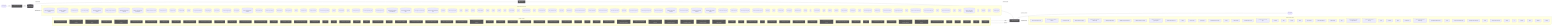
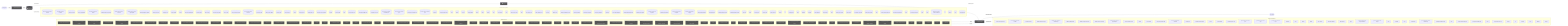
flowchart LR
  UserQ(["👤 User Query"])
  Embed["📐 Embedding Model"]
  VecDB[("📚 Vector Store")]
  Retriever["🔍 Retriever"]
  LLMNode["🧠 LLM / Generator"]
  Output(["✅ Response"])
  UserQ -->|query| Embed
  Embed -->|vector| VecDB
  VecDB -->|top-k chunks| Retriever
  Retriever -->|context + query| LLMNode
  LLMNode -->|generated answer| Output
  subgraph DetectedMemory["Detected memory stores"]
    det_detectedmemory_check_steering_feedback_contract_80134459[("check-steering-feedback-contract")]
    det_detectedmemory_normalize_workflow_contracts_8701f1c8[("normalize-workflow-contracts")]
    det_detectedmemory_run_harness_evals_77704768[("run-harness-evals")]
    det_detectedmemory_sync_codex_preflight_7e7a8dc2[("sync-codex-preflight")]
    det_detectedmemory_test_harness_upgrade_matrix_84113c4e[("test-harness-upgrade-matrix")]
    det_detectedmemory_validate_prompt_context_drift_8c949ef6[("validate-prompt-context-drift")]
    det_detectedmemory_validate_runtime_packet_schemas_bc3ba8ec[("validate-runtime-packet-schemas")]
    det_detectedmemory_validate_system_prompt_gap_adoption_62d8c955[("validate-system-prompt-gap-adoption")]
    det_detectedmemory_validate_workflow_contracts_33dc063c[("validate-workflow-contracts")]
    det_detectedmemory_branch_protect_core_a8feb0fd[("branch-protect-core")]
    det_detectedmemory_ci_migrate_core_7005b5af[("ci-migrate-core")]
    det_detectedmemory_context_health_80bb7da9[("context-health")]
    det_detectedmemory_context_ea7792a2[("context")]
    det_detectedmemory_docs_gate_classification_2f51c90b[("docs-gate-classification")]
    det_detectedmemory_docs_gate_types_d285abb6[("docs-gate-types")]
    det_detectedmemory_index_context_de3ed39d[("index-context")]
    det_detectedmemory_local_memory_preflight_dcc36c42[("local-memory-preflight")]
    det_detectedmemory_memory_gate_a577a506[("memory-gate")]
+     det_detectedmemory_next_prompt_context_drift_3c5a93d5[("next-prompt-context-drift")]
    det_detectedmemory_next_recommendation_decisions_03315dd4[("next-recommendation-decisions")]
    det_detectedmemory_next_runner_state_be6fe997[("next-runner-state")]
    det_detectedmemory_pattern_scope_siblings_43abe000[("pattern-scope-siblings")]
    det_detectedmemory_review_context_ca6cf81d[("review-context")]
    det_detectedmemory_review_gate_core_4c8001f9[("review-gate-core")]
    det_detectedmemory_search_24193290[("search")]
    det_detectedmemory_session_context_e5ec72c0[("session-context")]
    det_detectedmemory_tooling_audit_core_328d6a41[("tooling-audit-core")]
    det_detectedmemory_run_local_memory_preflight_36e92808[("run-local-memory-preflight")]
    det_detectedmemory_checker_d2d2328e[("checker")]
    det_detectedmemory_context_health_1_ceb11829[("context-health")]
    det_detectedmemory_types_2_d9bc6e7a[("types")]
    det_detectedmemory_branch_protect_sync_570adb18[("branch-protect-sync")]
    det_detectedmemory_command_capability_rules_ca3f496a[("command-capability-rules")]
    det_detectedmemory_command_specs_core_1c0ffc99[("command-specs-core")]
    det_detectedmemory_local_memory_preflight_command_spec_9e23f3ce[("local-memory-preflight-command-spec")]
    det_detectedmemory_memory_gate_command_spec_dc9001a9[("memory-gate-command-spec")]
    det_detectedmemory_review_gate_command_spec_3187376a[("review-gate-command-spec")]
    det_detectedmemory_session_context_command_spec_973afbb1[("session-context-command-spec")]
    det_detectedmemory_constants_7517017f[("constants")]
    det_detectedmemory_context_compact_policy_3dcaf95d[("context-compact-policy")]
    det_detectedmemory_index_3_7e40d474[("index")]
    det_detectedmemory_indexer_70fa78e5[("indexer")]
    det_detectedmemory_init_error_5c7dd49f[("init-error")]
    det_detectedmemory_lexical_fallback_723e2b3e[("lexical-fallback")]
    det_detectedmemory_ollama_76e3c7bf[("ollama")]
    det_detectedmemory_rollout_a4fa034c[("rollout")]
    det_detectedmemory_sources_878a52fc[("sources")]
    det_detectedmemory_store_824d80d7[("store")]
    det_detectedmemory_sync_contract_c79fa191[("sync-contract")]
    det_detectedmemory_types_8_f6283648[("types")]
    det_detectedmemory_harness_run_context_ac7c77a9[("harness-run-context")]
    det_detectedmemory_index_4_013aa0e3[("index")]
    det_detectedmemory_json_schema_core_96d7e328[("json-schema-core")]
    det_detectedmemory_policy_validators_core_714a3fe7[("policy-validators-core")]
    det_detectedmemory_types_core_e405ddca[("types-core")]
    det_detectedmemory_validator_core_4358f8ba[("validator-core")]
    det_detectedmemory_archive_candidates_scanner_d0931789[("archive-candidates-scanner")]
    det_detectedmemory_archive_candidates_dc0e40e1[("archive-candidates")]
    det_detectedmemory_docs_task_eval_contract_79347457[("docs-task-eval-contract")]
    det_detectedmemory_docs_task_eval_fixtures_44902755[("docs-task-eval-fixtures")]
    det_detectedmemory_init_modes_c05ceb07[("init-modes")]
    det_detectedmemory_project_brain_templates_7ef51530[("project-brain-templates")]
    det_detectedmemory_scaffold_diagram_templates_dd88e83c[("scaffold-diagram-templates")]
    det_detectedmemory_scaffold_doc_templates_f6152330[("scaffold-doc-templates")]
    det_detectedmemory_scaffold_environment_templates_c1ceba6a[("scaffold-environment-templates")]
    det_detectedmemory_scaffold_hook_templates_8c74ab50[("scaffold-hook-templates")]
    det_detectedmemory_scaffold_root_command_templates_404fed7f[("scaffold-root-command-templates")]
    det_detectedmemory_scaffold_script_template_registry_69312d4e[("scaffold-script-template-registry")]
    det_detectedmemory_scaffold_shell_templates_0ad0f915[("scaffold-shell-templates")]
    det_detectedmemory_scaffold_surfaces_12d6494e[("scaffold-surfaces")]
    det_detectedmemory_scaffold_template_registry_b1cce2aa[("scaffold-template-registry")]
    det_detectedmemory_scaffold_workflow_template_92310587[("scaffold-workflow-template")]
    det_detectedmemory_eval_seed_5699fd3e[("eval-seed")]
    det_detectedmemory_index_10_f6785a46[("index")]
    det_detectedmemory_review_context_1_e3afed15[("review-context")]
    det_detectedmemory_memory_gate_1_265164ac[("memory-gate")]
    det_detectedmemory_branch_enforcer_acb749cd[("branch-enforcer")]
    det_detectedmemory_cli_args_5_09ea29f0[("cli-args")]
    det_detectedmemory_cli_7_dc4a9f7f[("cli")]
    det_detectedmemory_metrics_tracker_98cec29c[("metrics-tracker")]
-     det_detectedmemory_types_19_eb4ad5f0[("types")]
+     det_detectedmemory_types_20_071a0112[("types")]
    det_detectedmemory_validator_5_b19ac2be[("validator")]
    det_detectedmemory_classifier_fe1991a9[("classifier")]
    det_detectedmemory_tooling_baseline_50ab2eeb[("tooling-baseline")]
    det_detectedmemory_claim_helpers_20dc8387[("claim-helpers")]
-     det_detectedmemory_types_24_c63dc1a7[("types")]
+     det_detectedmemory_types_25_89d086aa[("types")]
    det_detectedmemory_local_memory_smoke_1175abfc[("local-memory-smoke")]
    det_detectedmemory_local_memory_0db17ecc[("local-memory")]
    det_detectedmemory_performance_overload_c685bfcf[("performance-overload")]
    det_detectedmemory_suggestion_generator_0956f794[("suggestion-generator")]
    det_detectedmemory_index_12_762ec91b[("index")]
    det_detectedmemory_prompt_context_drift_report_3257a95c[("prompt-context-drift-report")]
    det_detectedmemory_prompt_context_drift_types_ba6863d4[("prompt-context-drift-types")]
    det_detectedmemory_index_13_97df39c8[("index")]
    det_detectedmemory_prompt_context_receipt_17b862b2[("prompt-context-receipt")]
-     det_detectedmemory_types_31_eb363e20[("types")]
+     det_detectedmemory_types_32_bfe791ff[("types")]
    det_detectedmemory_policy_1_fc4198db[("policy")]
    det_detectedmemory_runtime_card_codex_runtime_validation_d8ce9934[("runtime-card-codex-runtime-validation")]
    det_detectedmemory_cli_12_01c06c37[("cli")]
    det_detectedmemory_collector_0736fd5b[("collector")]
-     det_detectedmemory_types_34_85e6a0bb[("types")]
+     det_detectedmemory_types_35_93e66c64[("types")]
    det_detectedmemory_overload_guard_2748c559[("overload-guard")]
  end
  VecDB -. "implemented by" .-> DetectedMemory
  subgraph DetectedLLM["Detected LLM clients"]
    det_detectedllm_check_codex_agent_roles_5bb2e89b["check-codex-agent-roles"]
    det_detectedllm_check_steering_feedback_contract_80134459["check-steering-feedback-contract"]
    det_detectedllm_run_harness_evals_77704768["run-harness-evals"]
    det_detectedllm_validate_decision_request_2e5c325e["validate-decision-request"]
    det_detectedllm_validate_goal_completion_audit_receipt_100d252c["validate-goal-completion-audit-receipt"]
    det_detectedllm_validate_packaged_skill_5e32c890["validate-packaged-skill"]
    det_detectedllm_validate_prompt_context_drift_8c949ef6["validate-prompt-context-drift"]
    det_detectedllm_validate_reviewer_coverage_251efee3["validate-reviewer-coverage"]
    det_detectedllm_validate_system_prompt_gap_adoption_62d8c955["validate-system-prompt-gap-adoption"]
    det_detectedllm_check_environment_core_2c16213f["check-environment-core"]
    det_detectedllm_context_ea7792a2["context"]
    det_detectedllm_index_context_de3ed39d["index-context"]
+     det_detectedllm_next_prompt_context_drift_3c5a93d5["next-prompt-context-drift"]
+     det_detectedllm_next_recommendation_decisions_03315dd4["next-recommendation-decisions"]
    det_detectedllm_prompt_gate_c5e9d207["prompt-gate"]
    det_detectedllm_remediate_runner_helpers_929fedcc["remediate-runner-helpers"]
    det_detectedllm_search_24193290["search"]
    det_detectedllm_context_health_1_ceb11829["context-health"]
    det_detectedllm_command_specs_core_1c0ffc99["command-specs-core"]
+     det_detectedllm_pilot_evaluate_command_spec_1084ea72["pilot-evaluate-command-spec"]
+     det_detectedllm_pilot_rollback_command_spec_4fe69f7d["pilot-rollback-command-spec"]
    det_detectedllm_prompt_gate_command_spec_9a941482["prompt-gate-command-spec"]
    det_detectedllm_constants_7517017f["constants"]
    det_detectedllm_index_3_7e40d474["index"]
    det_detectedllm_indexer_70fa78e5["indexer"]
    det_detectedllm_ollama_76e3c7bf["ollama"]
    det_detectedllm_sync_contract_c79fa191["sync-contract"]
    det_detectedllm_north_star_validators_cfc926ce["north-star-validators"]
    det_detectedllm_hilt_boundary_9b36fb15["hilt-boundary"]
    det_detectedllm_types_10_75e5a4a0["types"]
    det_detectedllm_goal_completion_audit_receipt_validation_9d0f4891["goal-completion-audit-receipt-validation"]
    det_detectedllm_goal_completion_audit_receipt_5e4939c3["goal-completion-audit-receipt"]
    det_detectedllm_index_5_522f772a["index"]
    det_detectedllm_constants_1_a84e15f0["constants"]
-     det_detectedllm_types_17_ed30531c["types"]
+     det_detectedllm_types_18_37582e2a["types"]
    det_detectedllm_sensitive_text_7c11f760["sensitive-text"]
    det_detectedllm_pr_template_linked_issue_relationship_a7b61f2c["pr-template-linked-issue-relationship"]
    det_detectedllm_pr_template_validator_rules_20a32d6b["pr-template-validator-rules"]
    det_detectedllm_index_12_762ec91b["index"]
    det_detectedllm_prompt_context_drift_report_3257a95c["prompt-context-drift-report"]
    det_detectedllm_prompt_context_drift_types_ba6863d4["prompt-context-drift-types"]
    det_detectedllm_index_13_97df39c8["index"]
    det_detectedllm_prompt_context_receipt_17b862b2["prompt-context-receipt"]
    det_detectedllm_cli_args_9_9c136878["cli-args"]
    det_detectedllm_cli_11_338a8415["cli"]
    det_detectedllm_sections_4697ef32["sections"]
-     det_detectedllm_types_27_4d134744["types"]
+     det_detectedllm_types_28_4476fcc6["types"]
    det_detectedllm_validator_7_f836eb0e["validator"]
    det_detectedllm_cli_args_10_861cdd3f["cli-args"]
  end
  LLMNode -. "implemented by" .-> DetectedLLM
  subgraph DetectedTools["Agentic tool calls"]
    det_detectedtools_check_codex_agent_roles_5bb2e89b["🔧 check-codex-agent-roles"]
    det_detectedtools_check_steering_feedback_contract_80134459["🔧 check-steering-feedback-contract"]
    det_detectedtools_check_tooling_baseline_parity_3124b30a["🔧 check-tooling-baseline-parity"]
    det_detectedtools_run_harness_evals_77704768["🔧 run-harness-evals"]
    det_detectedtools_validate_action_review_receipt_fa2f06c3["🔧 validate-action-review-receipt"]
    det_detectedtools_validate_packaged_skill_5e32c890["🔧 validate-packaged-skill"]
    det_detectedtools_validate_replay_packet_f309747e["🔧 validate-replay-packet"]
    det_detectedtools_ci_migrate_core_7005b5af["🔧 ci-migrate-core"]
    det_detectedtools_doctor_checks_5a2eb2b9["🔧 doctor-checks"]
    det_detectedtools_doctor_github_tool_check_e0a938df["🔧 doctor-github-tool-check"]
    det_detectedtools_doctor_github_tool_checks_a53b0382["🔧 doctor-github-tool-checks"]
    det_detectedtools_doctor_tool_checks_4acac51a["🔧 doctor-tool-checks"]
    det_detectedtools_fleet_plan_repo_ecdc6499["🔧 fleet-plan-repo"]
    det_detectedtools_next_blocked_decisions_4140ad2b["🔧 next-blocked-decisions"]
    det_detectedtools_next_pr_closeout_contract_af31d30a["🔧 next-pr-closeout-contract"]
    det_detectedtools_policy_gate_213f7313["🔧 policy-gate"]
    det_detectedtools_remediate_cli_output_cc165396["🔧 remediate-cli-output"]
    det_detectedtools_remediate_runner_helpers_929fedcc["🔧 remediate-runner-helpers"]
    det_detectedtools_review_gate_core_4c8001f9["🔧 review-gate-core"]
    det_detectedtools_index_1bc04b52["🔧 index"]
    det_detectedtools_types_1_4ecdf56e["🔧 types"]
    det_detectedtools_validation_constants_e002a0f6["🔧 validation-constants"]
    det_detectedtools_validation_98c41dcd["🔧 validation"]
    det_detectedtools_checker_d2d2328e["🔧 checker"]
    det_detectedtools_shared_state_policy_edc9c4db["🔧 shared-state-policy"]
    det_detectedtools_cli_args_1_6144b055["🔧 cli-args"]
    det_detectedtools_command_capabilities_a4d5c71e["🔧 command-capabilities"]
    det_detectedtools_command_capability_rules_ca3f496a["🔧 command-capability-rules"]
    det_detectedtools_linear_command_actions_e430f4f4["🔧 linear-command-actions"]
    det_detectedtools_linear_command_runner_4a740dfc["🔧 linear-command-runner"]
    det_detectedtools_policy_validators_core_714a3fe7["🔧 policy-validators-core"]
    det_detectedtools_shared_state_action_validator_e7b128cd["🔧 shared-state-action-validator"]
    det_detectedtools_types_core_e405ddca["🔧 types-core"]
    det_detectedtools_validator_core_4358f8ba["🔧 validator-core"]
    det_detectedtools_validator_helpers_7b927667["🔧 validator-helpers"]
    det_detectedtools_he_phase_exit_core_1148895b["🔧 he-phase-exit-core"]
    det_detectedtools_environment_runtime_3206f0a8["🔧 environment-runtime"]
    det_detectedtools_observed_skill_usage_ed7d5930["🔧 observed-skill-usage"]
    det_detectedtools_closure_evidence_aaa31467["🔧 closure-evidence"]
    det_detectedtools_pr_creator_dc6b1ea4["🔧 pr-creator"]
    det_detectedtools_client_948fe603["🔧 client"]
    det_detectedtools_init_output_360dce91["🔧 init-output"]
    det_detectedtools_scaffold_ci_templates_2afd6392["🔧 scaffold-ci-templates"]
    det_detectedtools_scaffold_codex_environment_templates_334fbbed["🔧 scaffold-codex-environment-templates"]
    det_detectedtools_scaffold_config_templates_4b80ce53["🔧 scaffold-config-templates"]
    det_detectedtools_scaffold_environment_templates_c1ceba6a["🔧 scaffold-environment-templates"]
    det_detectedtools_scaffold_github_actions_pr_pipeline_renderer_1ee18de5["🔧 scaffold-github-actions-pr-pipeline-renderer"]
    det_detectedtools_scaffold_github_actions_pr_pipeline_template_e2b85f62["🔧 scaffold-github-actions-pr-pipeline-template"]
    det_detectedtools_scaffold_package_command_template_80e32e83["🔧 scaffold-package-command-template"]
    det_detectedtools_scaffold_release_private_npm_template_075499f8["🔧 scaffold-release-private-npm-template"]
    det_detectedtools_constants_1_a84e15f0["🔧 constants"]
    det_detectedtools_index_9_32dd4d91["🔧 index"]
    det_detectedtools_validation_common_6161e48b["🔧 validation-common"]
    det_detectedtools_cli_7_dc4a9f7f["🔧 cli"]
    det_detectedtools_metrics_tracker_98cec29c["🔧 metrics-tracker"]
    det_detectedtools_normalise_renderer_85f2e563["🔧 normalise-renderer"]
    det_detectedtools_evaluation_engine_core_e054fe49["🔧 evaluation-engine-core"]
    det_detectedtools_tooling_baseline_50ab2eeb["🔧 tooling-baseline"]
    det_detectedtools_prompt_context_drift_report_3257a95c["🔧 prompt-context-drift-report"]
    det_detectedtools_prompt_context_drift_types_ba6863d4["🔧 prompt-context-drift-types"]
    det_detectedtools_replay_packet_a1293f88["🔧 replay-packet"]
    det_detectedtools_index_14_d982116c["🔧 index"]
    det_detectedtools_review_lifecycle_contract_e5447221["🔧 review-lifecycle-contract"]
    det_detectedtools_review_lifecycle_89afa64c["🔧 review-lifecycle"]
    det_detectedtools_runtime_card_codex_runtime_validation_d8ce9934["🔧 runtime-card-codex-runtime-validation"]
    det_detectedtools_runtime_card_codex_runtime_0655e230["🔧 runtime-card-codex-runtime"]
    det_detectedtools_runtime_evidence_bundle_d471a232["🔧 runtime-evidence-bundle"]
-     det_detectedtools_types_36_674380ec["🔧 types"]
+     det_detectedtools_types_37_32ccf9f9["🔧 types"]
    det_detectedtools_index_17_642943a2["🔧 index"]
    det_detectedtools_projection_1b250ea1["🔧 projection"]
-     det_detectedtools_types_38_e8efcd57["🔧 types"]
+     det_detectedtools_types_39_d07de160["🔧 types"]
    det_detectedtools_validation_7_c4e6d8b6["🔧 validation"]
  end
  LLMNode -->|tool use| DetectedTools
  DetectedTools -->|result| LLMNode
  classDef memNode fill:#555,color:#fff
  class VecDB,Retriever memNode
  classDef llmNode fill:#555,color:#fff
  class LLMNode,Embed llmNode
  classDef toolNode fill:#555,color:#fff
-   class det_detectedtools_check_codex_agent_roles_5bb2e89b,det_detectedtools_check_steering_feedback_contract_80134459,det_detectedtools_check_tooling_baseline_parity_3124b30a,det_detectedtools_run_harness_evals_77704768,det_detectedtools_validate_action_review_receipt_fa2f06c3,det_detectedtools_validate_packaged_skill_5e32c890,det_detectedtools_validate_replay_packet_f309747e,det_detectedtools_ci_migrate_core_7005b5af,det_detectedtools_doctor_checks_5a2eb2b9,det_detectedtools_doctor_github_tool_check_e0a938df,det_detectedtools_doctor_github_tool_checks_a53b0382,det_detectedtools_doctor_tool_checks_4acac51a,det_detectedtools_fleet_plan_repo_ecdc6499,det_detectedtools_next_blocked_decisions_4140ad2b,det_detectedtools_next_pr_closeout_contract_af31d30a,det_detectedtools_policy_gate_213f7313,det_detectedtools_remediate_cli_output_cc165396,det_detectedtools_remediate_runner_helpers_929fedcc,det_detectedtools_review_gate_core_4c8001f9,det_detectedtools_index_1bc04b52,det_detectedtools_types_1_4ecdf56e,det_detectedtools_validation_constants_e002a0f6,det_detectedtools_validation_98c41dcd,det_detectedtools_checker_d2d2328e,det_detectedtools_shared_state_policy_edc9c4db,det_detectedtools_cli_args_1_6144b055,det_detectedtools_command_capabilities_a4d5c71e,det_detectedtools_command_capability_rules_ca3f496a,det_detectedtools_linear_command_actions_e430f4f4,det_detectedtools_linear_command_runner_4a740dfc,det_detectedtools_policy_validators_core_714a3fe7,det_detectedtools_shared_state_action_validator_e7b128cd,det_detectedtools_types_core_e405ddca,det_detectedtools_validator_core_4358f8ba,det_detectedtools_validator_helpers_7b927667,det_detectedtools_he_phase_exit_core_1148895b,det_detectedtools_environment_runtime_3206f0a8,det_detectedtools_observed_skill_usage_ed7d5930,det_detectedtools_closure_evidence_aaa31467,det_detectedtools_pr_creator_dc6b1ea4,det_detectedtools_client_948fe603,det_detectedtools_init_output_360dce91,det_detectedtools_scaffold_ci_templates_2afd6392,det_detectedtools_scaffold_codex_environment_templates_334fbbed,det_detectedtools_scaffold_config_templates_4b80ce53,det_detectedtools_scaffold_environment_templates_c1ceba6a,det_detectedtools_scaffold_github_actions_pr_pipeline_renderer_1ee18de5,det_detectedtools_scaffold_github_actions_pr_pipeline_template_e2b85f62,det_detectedtools_scaffold_package_command_template_80e32e83,det_detectedtools_scaffold_release_private_npm_template_075499f8,det_detectedtools_constants_1_a84e15f0,det_detectedtools_index_9_32dd4d91,det_detectedtools_validation_common_6161e48b,det_detectedtools_cli_7_dc4a9f7f,det_detectedtools_metrics_tracker_98cec29c,det_detectedtools_normalise_renderer_85f2e563,det_detectedtools_evaluation_engine_core_e054fe49,det_detectedtools_tooling_baseline_50ab2eeb,det_detectedtools_prompt_context_drift_report_3257a95c,det_detectedtools_prompt_context_drift_types_ba6863d4,det_detectedtools_replay_packet_a1293f88,det_detectedtools_index_14_d982116c,det_detectedtools_review_lifecycle_contract_e5447221,det_detectedtools_review_lifecycle_89afa64c,det_detectedtools_runtime_card_codex_runtime_validation_d8ce9934,det_detectedtools_runtime_card_codex_runtime_0655e230,det_detectedtools_runtime_evidence_bundle_d471a232,det_detectedtools_types_36_674380ec,det_detectedtools_index_17_642943a2,det_detectedtools_projection_1b250ea1,det_detectedtools_types_38_e8efcd57,det_detectedtools_validation_7_c4e6d8b6 toolNode
+   class det_detectedtools_check_codex_agent_roles_5bb2e89b,det_detectedtools_check_steering_feedback_contract_80134459,det_detectedtools_check_tooling_baseline_parity_3124b30a,det_detectedtools_run_harness_evals_77704768,det_detectedtools_validate_action_review_receipt_fa2f06c3,det_detectedtools_validate_packaged_skill_5e32c890,det_detectedtools_validate_replay_packet_f309747e,det_detectedtools_ci_migrate_core_7005b5af,det_detectedtools_doctor_checks_5a2eb2b9,det_detectedtools_doctor_github_tool_check_e0a938df,det_detectedtools_doctor_github_tool_checks_a53b0382,det_detectedtools_doctor_tool_checks_4acac51a,det_detectedtools_fleet_plan_repo_ecdc6499,det_detectedtools_next_blocked_decisions_4140ad2b,det_detectedtools_next_pr_closeout_contract_af31d30a,det_detectedtools_policy_gate_213f7313,det_detectedtools_remediate_cli_output_cc165396,det_detectedtools_remediate_runner_helpers_929fedcc,det_detectedtools_review_gate_core_4c8001f9,det_detectedtools_index_1bc04b52,det_detectedtools_types_1_4ecdf56e,det_detectedtools_validation_constants_e002a0f6,det_detectedtools_validation_98c41dcd,det_detectedtools_checker_d2d2328e,det_detectedtools_shared_state_policy_edc9c4db,det_detectedtools_cli_args_1_6144b055,det_detectedtools_command_capabilities_a4d5c71e,det_detectedtools_command_capability_rules_ca3f496a,det_detectedtools_linear_command_actions_e430f4f4,det_detectedtools_linear_command_runner_4a740dfc,det_detectedtools_policy_validators_core_714a3fe7,det_detectedtools_shared_state_action_validator_e7b128cd,det_detectedtools_types_core_e405ddca,det_detectedtools_validator_core_4358f8ba,det_detectedtools_validator_helpers_7b927667,det_detectedtools_he_phase_exit_core_1148895b,det_detectedtools_environment_runtime_3206f0a8,det_detectedtools_observed_skill_usage_ed7d5930,det_detectedtools_closure_evidence_aaa31467,det_detectedtools_pr_creator_dc6b1ea4,det_detectedtools_client_948fe603,det_detectedtools_init_output_360dce91,det_detectedtools_scaffold_ci_templates_2afd6392,det_detectedtools_scaffold_codex_environment_templates_334fbbed,det_detectedtools_scaffold_config_templates_4b80ce53,det_detectedtools_scaffold_environment_templates_c1ceba6a,det_detectedtools_scaffold_github_actions_pr_pipeline_renderer_1ee18de5,det_detectedtools_scaffold_github_actions_pr_pipeline_template_e2b85f62,det_detectedtools_scaffold_package_command_template_80e32e83,det_detectedtools_scaffold_release_private_npm_template_075499f8,det_detectedtools_constants_1_a84e15f0,det_detectedtools_index_9_32dd4d91,det_detectedtools_validation_common_6161e48b,det_detectedtools_cli_7_dc4a9f7f,det_detectedtools_metrics_tracker_98cec29c,det_detectedtools_normalise_renderer_85f2e563,det_detectedtools_evaluation_engine_core_e054fe49,det_detectedtools_tooling_baseline_50ab2eeb,det_detectedtools_prompt_context_drift_report_3257a95c,det_detectedtools_prompt_context_drift_types_ba6863d4,det_detectedtools_replay_packet_a1293f88,det_detectedtools_index_14_d982116c,det_detectedtools_review_lifecycle_contract_e5447221,det_detectedtools_review_lifecycle_89afa64c,det_detectedtools_runtime_card_codex_runtime_validation_d8ce9934,det_detectedtools_runtime_card_codex_runtime_0655e230,det_detectedtools_runtime_evidence_bundle_d471a232,det_detectedtools_types_37_32ccf9f9,det_detectedtools_index_17_642943a2,det_detectedtools_projection_1b250ea1,det_detectedtools_types_39_d07de160,det_detectedtools_validation_7_c4e6d8b6 toolNode
